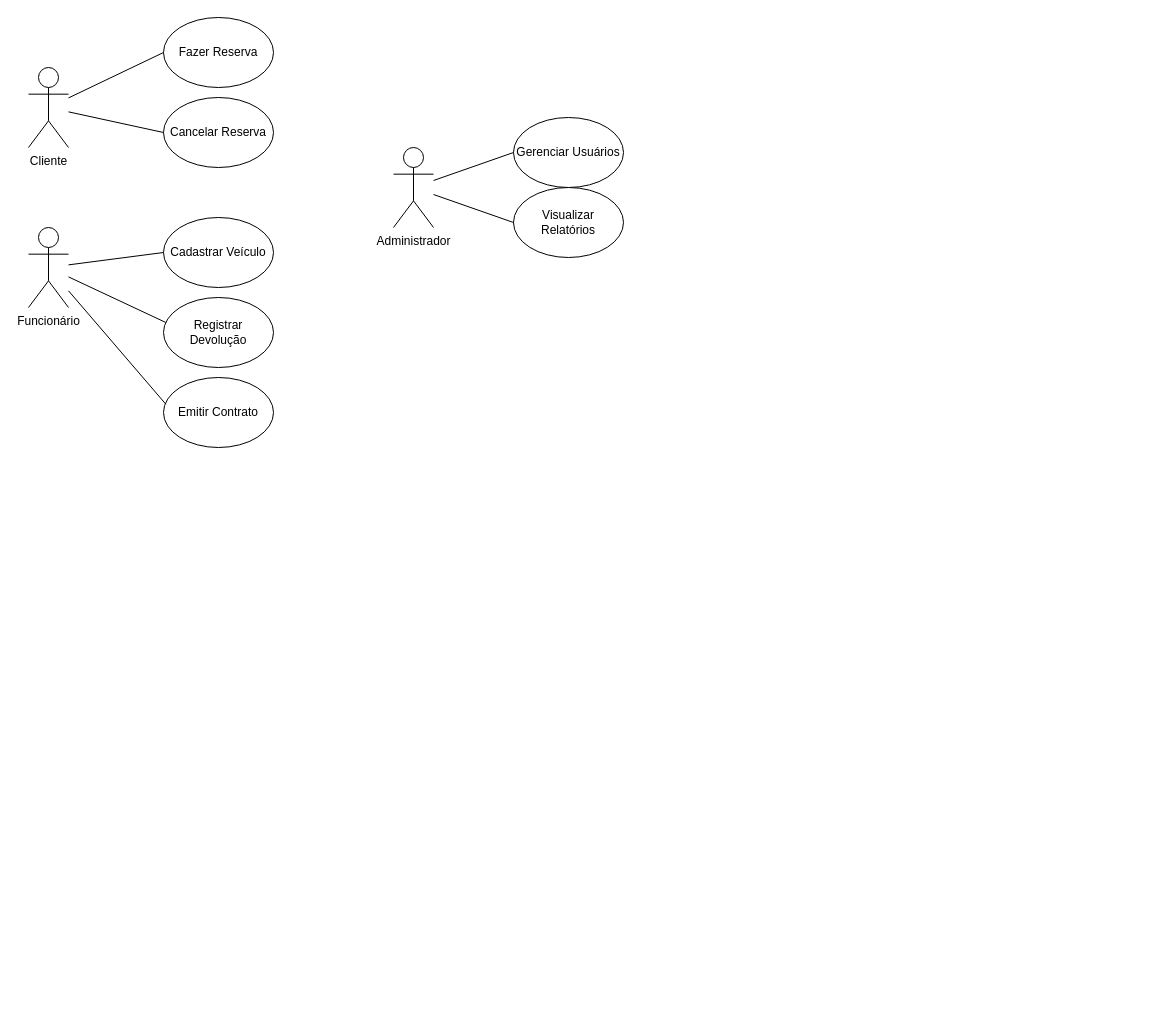
Above: diagrama_casosUso.drawio in Thaynara3/mdc118 (draw.io), before the change. Source tidied: cells renumbered, new cells numbered last; positions are measured from the earlier drawing's top-left corner, leaving out a move shared by most shapes. Both pictures are drawn from the tidied source at 100%, with x=0, y=0 at pixel (28, 17).
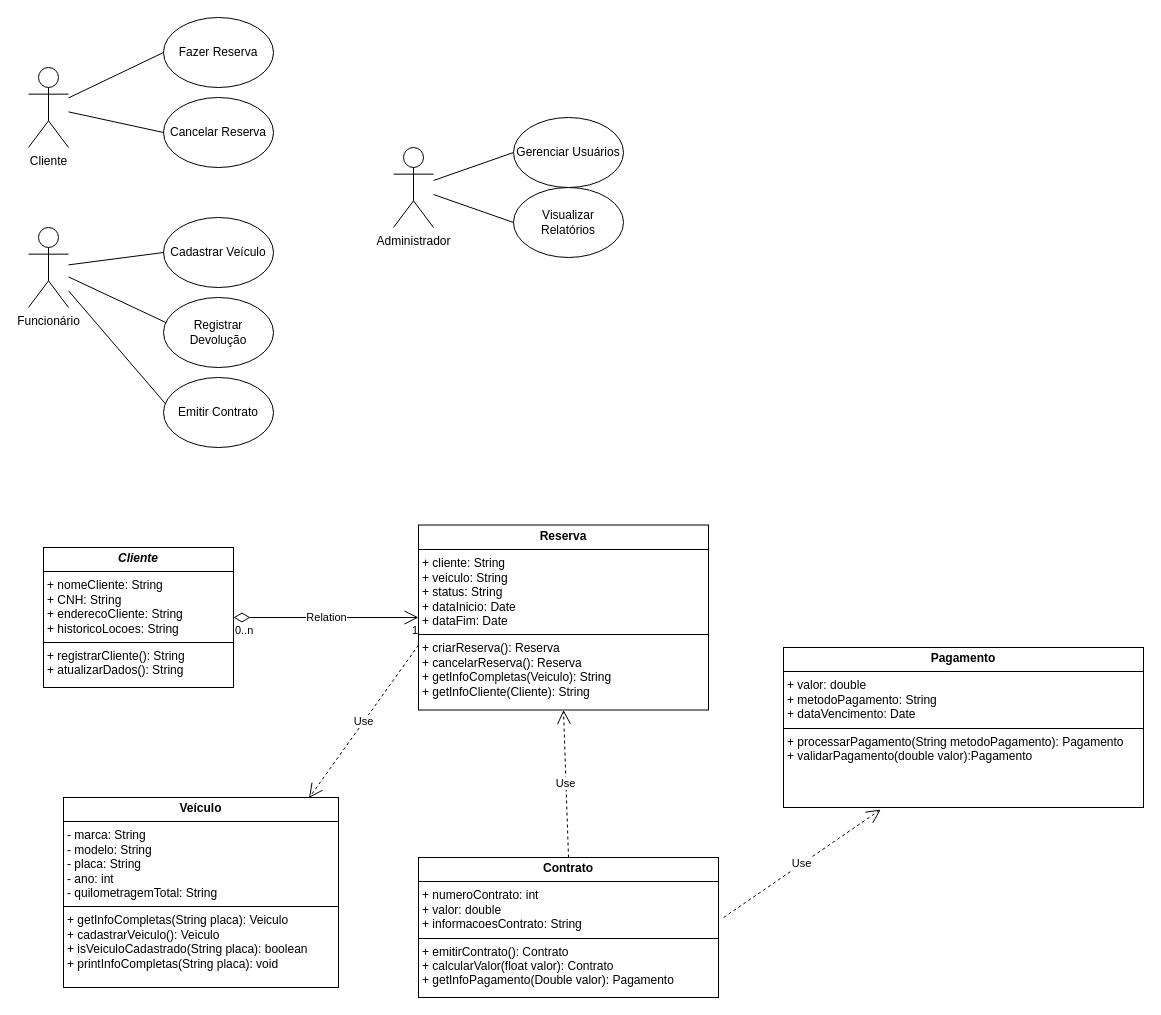
Above is the later version.

What changed in the source:
```diff
@@
+    <mxCell id="19" value="&lt;p style=&quot;margin:0px;margin-top:4px;text-align:center;&quot;&gt;&lt;i&gt;&lt;b&gt;Cliente&lt;/b&gt;&lt;/i&gt;&lt;/p&gt;&lt;hr size=&quot;1&quot; style=&quot;border-style:solid;&quot;&gt;&lt;p style=&quot;margin:0px;margin-left:4px;&quot;&gt;+ nomeCliente: String&lt;br&gt;+ CNH: String&lt;/p&gt;&lt;p style=&quot;margin:0px;margin-left:4px;&quot;&gt;+ enderecoCliente: String&lt;/p&gt;&lt;p style=&quot;margin:0px;margin-left:4px;&quot;&gt;+ historicoLocoes: String&lt;/p&gt;&lt;hr size=&quot;1&quot; style=&quot;border-style:solid;&quot;&gt;&lt;p style=&quot;margin:0px;margin-left:4px;&quot;&gt;+ registrarCliente(): String&lt;br&gt;+ atualizarDados(): String&lt;/p&gt;" style="verticalAlign=top;align=left;overflow=fill;html=1;whiteSpace=wrap;" parent="1" vertex="1">
+      <mxGeometry x="15" y="530" width="190" height="140" as="geometry" />
+    </mxCell>
+    <mxCell id="20" value="&lt;p style=&quot;margin:0px;margin-top:4px;text-align:center;&quot;&gt;&lt;b&gt;Veículo&lt;/b&gt;&lt;/p&gt;&lt;hr size=&quot;1&quot; style=&quot;border-style:solid;&quot;&gt;&lt;p style=&quot;margin:0px;margin-left:4px;&quot;&gt;- marca: String&lt;/p&gt;&lt;p style=&quot;margin:0px;margin-left:4px;&quot;&gt;- modelo: String&lt;/p&gt;&lt;p style=&quot;margin:0px;margin-left:4px;&quot;&gt;- placa: String&lt;/p&gt;&lt;p style=&quot;margin:0px;margin-left:4px;&quot;&gt;- ano: int&lt;/p&gt;&lt;p style=&quot;margin:0px;margin-left:4px;&quot;&gt;- quilometragemTotal: String&lt;/p&gt;&lt;hr size=&quot;1&quot; style=&quot;border-style:solid;&quot;&gt;&lt;p style=&quot;margin:0px;margin-left:4px;&quot;&gt;+ getInfoCompletas(String placa): Veiculo&lt;/p&gt;&lt;p style=&quot;margin:0px;margin-left:4px;&quot;&gt;+ cadastrarVeiculo(): Veiculo&lt;/p&gt;&lt;p style=&quot;margin:0px;margin-left:4px;&quot;&gt;+ isVeiculoCadastrado(String placa): boolean&lt;/p&gt;&lt;p style=&quot;margin:0px;margin-left:4px;&quot;&gt;+ printInfoCompletas(String placa): void&lt;/p&gt;" style="verticalAlign=top;align=left;overflow=fill;html=1;whiteSpace=wrap;" parent="1" vertex="1">
+      <mxGeometry x="35" y="780" width="275" height="190" as="geometry" />
+    </mxCell>
+    <mxCell id="21" value="&lt;p style=&quot;margin:0px;margin-top:4px;text-align:center;&quot;&gt;&lt;b&gt;Reserva&lt;/b&gt;&lt;/p&gt;&lt;hr size=&quot;1&quot; style=&quot;border-style:solid;&quot;&gt;&lt;p style=&quot;margin:0px;margin-left:4px;&quot;&gt;+ cliente: String&lt;/p&gt;&lt;p style=&quot;margin:0px;margin-left:4px;&quot;&gt;+ veiculo: String&lt;/p&gt;&lt;p style=&quot;margin:0px;margin-left:4px;&quot;&gt;+ status: String&lt;/p&gt;&lt;p style=&quot;margin:0px;margin-left:4px;&quot;&gt;+ dataInicio: Date&lt;/p&gt;&lt;p style=&quot;margin:0px;margin-left:4px;&quot;&gt;+ dataFim: Date&lt;/p&gt;&lt;hr size=&quot;1&quot; style=&quot;border-style:solid;&quot;&gt;&lt;p style=&quot;margin:0px;margin-left:4px;&quot;&gt;+ criarReserva(): Reserva&lt;/p&gt;&lt;p style=&quot;margin:0px;margin-left:4px;&quot;&gt;+ cancelarReserva(): Reserva&lt;/p&gt;&lt;p style=&quot;margin:0px;margin-left:4px;&quot;&gt;+ getInfoCompletas(Veiculo): String&lt;/p&gt;&lt;p style=&quot;margin:0px;margin-left:4px;&quot;&gt;+ getInfoCliente(Cliente): String&lt;/p&gt;" style="verticalAlign=top;align=left;overflow=fill;html=1;whiteSpace=wrap;" parent="1" vertex="1">
+      <mxGeometry x="390" y="507.5" width="290" height="185" as="geometry" />
+    </mxCell>
+    <mxCell id="22" value="&lt;p style=&quot;margin:0px;margin-top:4px;text-align:center;&quot;&gt;&lt;b&gt;Contrato&lt;/b&gt;&lt;/p&gt;&lt;hr size=&quot;1&quot; style=&quot;border-style:solid;&quot;&gt;&lt;p style=&quot;margin:0px;margin-left:4px;&quot;&gt;+ numeroContrato: int&lt;/p&gt;&lt;p style=&quot;margin:0px;margin-left:4px;&quot;&gt;+ valor: double&lt;/p&gt;&lt;p style=&quot;margin:0px;margin-left:4px;&quot;&gt;+ informacoesContrato: String&lt;/p&gt;&lt;hr size=&quot;1&quot; style=&quot;border-style:solid;&quot;&gt;&lt;p style=&quot;margin:0px;margin-left:4px;&quot;&gt;+ emitirContrato(): Contrato&lt;/p&gt;&lt;p style=&quot;margin:0px;margin-left:4px;&quot;&gt;+ calcularValor(float valor): Contrato&lt;/p&gt;&lt;p style=&quot;margin:0px;margin-left:4px;&quot;&gt;+ getInfoPagamento(Double valor): Pagamento&lt;/p&gt;" style="verticalAlign=top;align=left;overflow=fill;html=1;whiteSpace=wrap;" parent="1" vertex="1">
+      <mxGeometry x="390" y="840" width="300" height="140" as="geometry" />
+    </mxCell>
+    <mxCell id="23" value="&lt;p style=&quot;margin:0px;margin-top:4px;text-align:center;&quot;&gt;&lt;b&gt;Pagamento&lt;/b&gt;&lt;/p&gt;&lt;hr size=&quot;1&quot; style=&quot;border-style:solid;&quot;&gt;&lt;p style=&quot;margin:0px;margin-left:4px;&quot;&gt;+ valor: double&lt;/p&gt;&lt;p style=&quot;margin:0px;margin-left:4px;&quot;&gt;+ metodoPagamento: String&lt;/p&gt;&lt;p style=&quot;margin:0px;margin-left:4px;&quot;&gt;+ dataVencimento: Date&lt;/p&gt;&lt;hr size=&quot;1&quot; style=&quot;border-style:solid;&quot;&gt;&lt;p style=&quot;margin:0px;margin-left:4px;&quot;&gt;+ processarPagamento(String metodoPagamento): Pagamento&lt;/p&gt;&lt;p style=&quot;margin:0px;margin-left:4px;&quot;&gt;+ validarPagamento(double valor):Pagamento&lt;/p&gt;" style="verticalAlign=top;align=left;overflow=fill;html=1;whiteSpace=wrap;" parent="1" vertex="1">
+      <mxGeometry x="755" y="630" width="360" height="160" as="geometry" />
+    </mxCell>
+    <mxCell id="24" value="Use" style="endArrow=open;endSize=12;dashed=1;html=1;rounded=0;entryX=0.5;entryY=1;entryDx=0;entryDy=0;exitX=0.5;exitY=0;exitDx=0;exitDy=0;" parent="1" edge="1" source="22" target="21">
+      <mxGeometry relative="1" as="geometry" />
+    </mxCell>
+    <mxCell id="25" value="Use" style="endArrow=open;endSize=12;dashed=1;html=1;rounded=0;exitX=0;exitY=0.649;exitDx=0;exitDy=0;exitPerimeter=0;entryX=0.893;entryY=0.002;entryDx=0;entryDy=0;entryPerimeter=0;" parent="1" edge="1" source="21" target="20">
+      <mxGeometry relative="1" as="geometry" />
+    </mxCell>
+    <mxCell id="26" value="Use" style="endArrow=open;endSize=12;dashed=1;html=1;rounded=0;entryX=0.27;entryY=1.013;entryDx=0;entryDy=0;entryPerimeter=0;exitX=1.017;exitY=0.429;exitDx=0;exitDy=0;exitPerimeter=0;" parent="1" edge="1" source="22" target="23">
+      <mxGeometry relative="1" as="geometry" />
+    </mxCell>
+    <mxCell id="27" value="Relation" style="endArrow=open;html=1;endSize=12;startArrow=diamondThin;startSize=14;startFill=0;edgeStyle=orthogonalEdgeStyle;rounded=0;exitX=1;exitY=0.5;exitDx=0;exitDy=0;entryX=0;entryY=0.5;entryDx=0;entryDy=0;" parent="1" edge="1" source="19" target="21">
+      <mxGeometry relative="1" as="geometry" />
+    </mxCell>
+    <mxCell id="28" value="0..n" style="edgeLabel;html=1;align=left;verticalAlign=top;" parent="27" vertex="1">
+      <mxGeometry x="-1" relative="1" as="geometry" />
+    </mxCell>
+    <mxCell id="29" value="1" style="edgeLabel;html=1;align=right;verticalAlign=top;" parent="27" vertex="1">
+      <mxGeometry x="1" relative="1" as="geometry" />
+    </mxCell>
```
